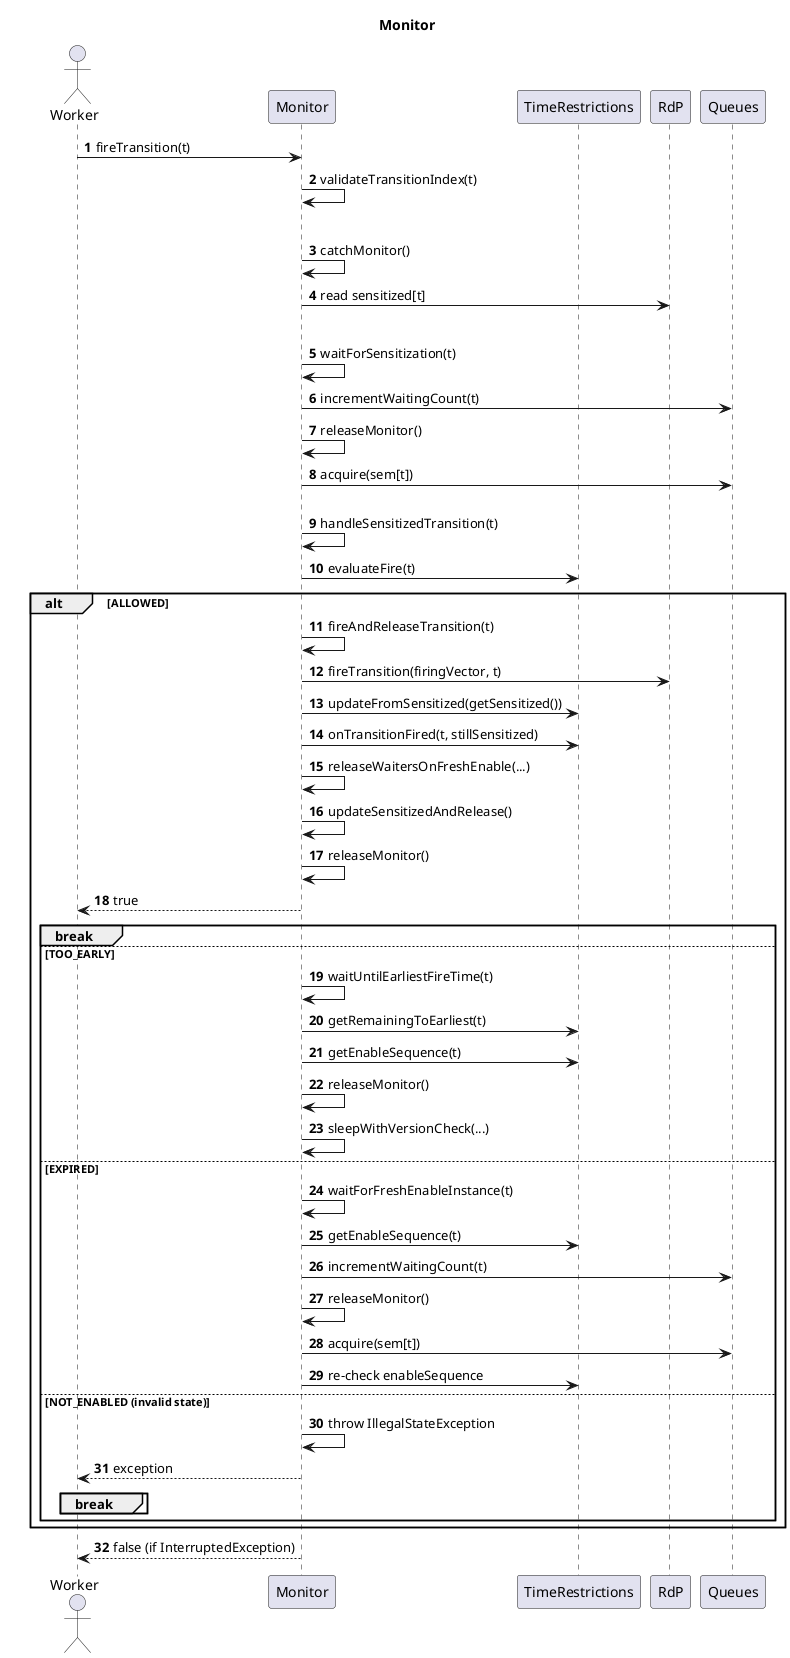
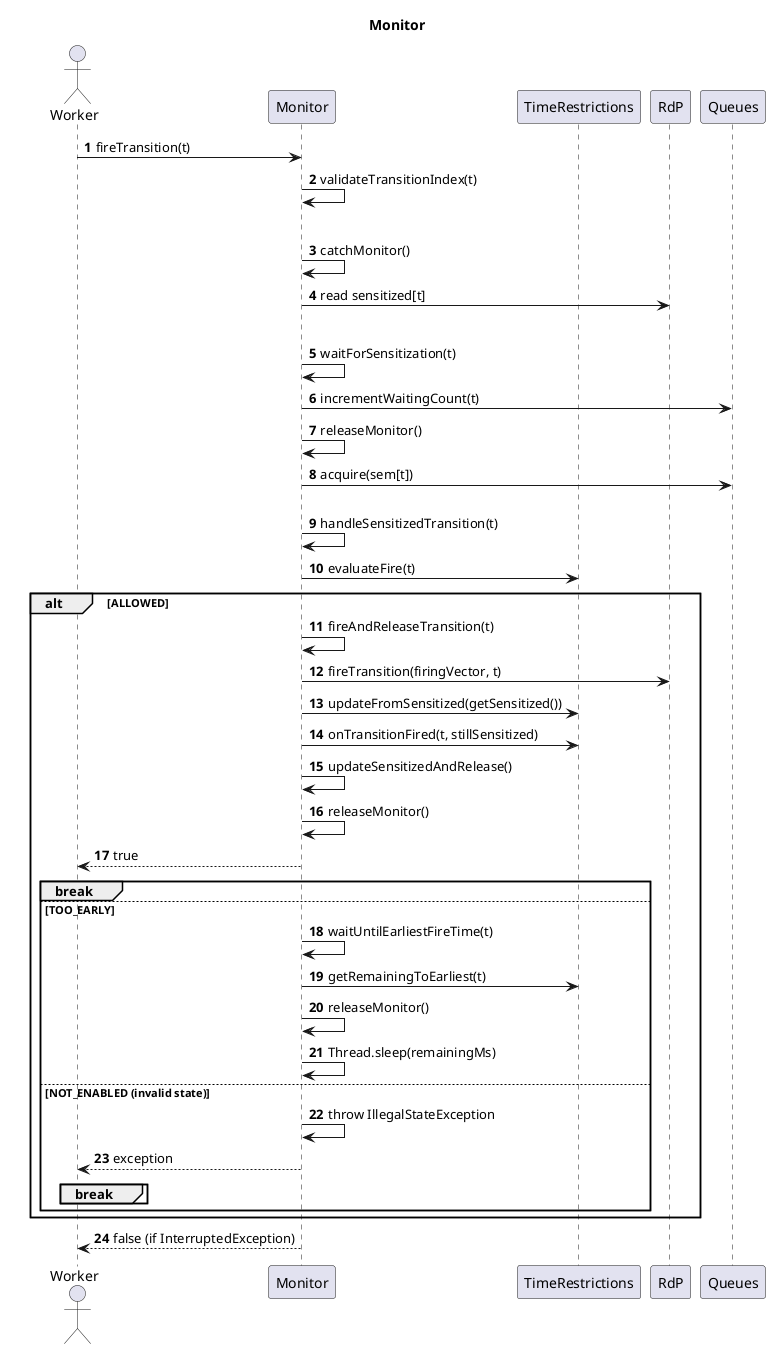
@startuml
title Monitor

autonumber

actor "Worker" as W
participant "Monitor" as M
participant "TimeRestrictions" as T
participant "RdP" as R
participant "Queues" as Q

W -> M : fireTransition(t)
M -> M : validateTransitionIndex(t)

loop until fired or interrupted
  M -> M : catchMonitor()
  M -> R : read sensitized[t]

  alt not sensitized
    M -> M : waitForSensitization(t)
    M -> Q : incrementWaitingCount(t)
    M -> M : releaseMonitor()
    M -> Q : acquire(sem[t])

  else sensitized
    M -> M : handleSensitizedTransition(t)
    M -> T : evaluateFire(t)

    alt ALLOWED
      M -> M : fireAndReleaseTransition(t)
      M -> R : fireTransition(firingVector, t)
      M -> T : updateFromSensitized(getSensitized())
      M -> T : onTransitionFired(t, stillSensitized)
-       M -> M : releaseWaitersOnFreshEnable(...)
      M -> M : updateSensitizedAndRelease()
      M -> M : releaseMonitor()
      M --> W : true
      break

    else TOO_EARLY
      M -> M : waitUntilEarliestFireTime(t)
      M -> T : getRemainingToEarliest(t)
-       M -> T : getEnableSequence(t)
      M -> M : releaseMonitor()
-       M -> M : sleepWithVersionCheck(...)
- 
-     else EXPIRED
-       M -> M : waitForFreshEnableInstance(t)
-       M -> T : getEnableSequence(t)
-       M -> Q : incrementWaitingCount(t)
-       M -> M : releaseMonitor()
-       M -> Q : acquire(sem[t])
-       M -> T : re-check enableSequence
+       M -> M : Thread.sleep(remainingMs)

    else NOT_ENABLED (invalid state)
      M -> M : throw IllegalStateException
      M --> W : exception
      break
    end
  end
end

M --> W : false (if InterruptedException)

@enduml
